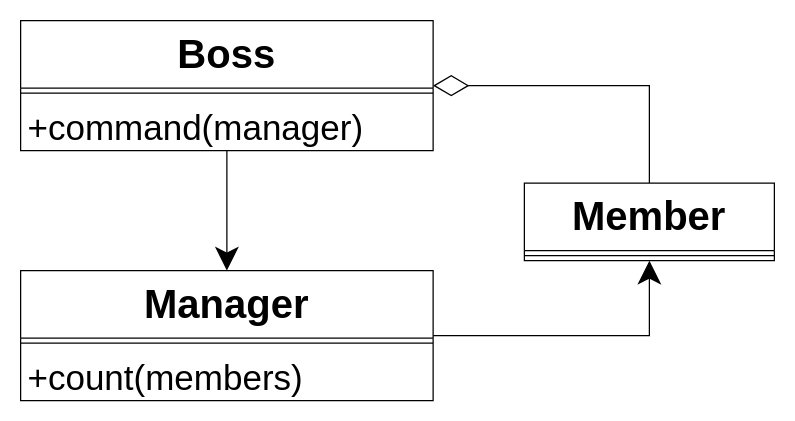
yyc-git/3DProgramPattern keeps this draw.io diagram as packages/再看设计原则/最少知识原则/1-1.drawio. Above is the earlier version. Source tidied: cells renumbered, new cells numbered last; positions are measured from the earlier drawing's top-left corner, leaving out a move shared by most shapes. Both pictures are drawn from the tidied source at 125%, with x=0, y=0 at pixel (20, 20).
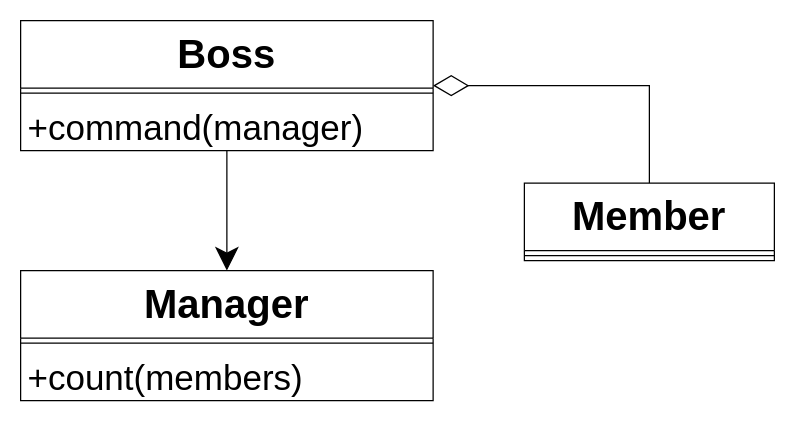
The same diagram, later.

The edit, as a diff of the source:
```diff
@@
 <mxGraphModel>
   <root>
     <mxCell id="0" />
     <mxCell id="1" parent="0" />
     <mxCell id="2" style="edgeStyle=orthogonalEdgeStyle;rounded=0;jettySize=auto;html=1;entryX=0.5;entryY=0;entryDx=0;entryDy=0;startArrow=diamondThin;startFill=0;endSize=26;startSize=26;endArrow=none;endFill=0;" parent="1" edge="1" source="4" target="11">
       <mxGeometry relative="1" as="geometry" />
     </mxCell>
     <mxCell id="3" style="edgeStyle=orthogonalEdgeStyle;rounded=0;jettySize=auto;html=1;endSize=16;startSize=16;" parent="1" edge="1" source="4" target="8">
       <mxGeometry relative="1" as="geometry" />
     </mxCell>
     <mxCell id="4" value="Boss" style="swimlane;fontStyle=1;align=center;verticalAlign=top;horizontal=1;startSize=54;fontSize=32;" parent="1" vertex="1">
       <mxGeometry width="330" height="104" as="geometry" />
     </mxCell>
     <mxCell id="5" style="line;strokeWidth=1;fillColor=none;align=left;verticalAlign=middle;spacingTop=-1;spacingLeft=3;spacingRight=3;labelPosition=right;" parent="4" vertex="1">
       <mxGeometry y="54" width="330" height="8" as="geometry" />
     </mxCell>
     <mxCell id="6" value="+command(manager)&#10;" style="text;strokeColor=none;fillColor=none;align=left;verticalAlign=top;spacingLeft=4;spacingRight=4;overflow=hidden;fontSize=28;" parent="4" vertex="1">
       <mxGeometry y="62" width="330" height="42" as="geometry" />
     </mxCell>
-    <mxCell id="7" style="edgeStyle=orthogonalEdgeStyle;rounded=0;jettySize=auto;html=1;entryX=0.5;entryY=1;entryDx=0;entryDy=0;startArrow=none;startFill=0;endArrow=classic;endFill=1;startSize=16;endSize=16;" parent="1" edge="1" source="8" target="11">
-      <mxGeometry relative="1" as="geometry" />
-    </mxCell>
     <mxCell id="8" value="Manager" style="swimlane;fontStyle=1;align=center;verticalAlign=top;horizontal=1;startSize=54;fontSize=32;" parent="1" vertex="1">
       <mxGeometry y="200" width="330" height="104" as="geometry" />
     </mxCell>
     <mxCell id="9" style="line;strokeWidth=1;fillColor=none;align=left;verticalAlign=middle;spacingTop=-1;spacingLeft=3;spacingRight=3;labelPosition=right;" parent="8" vertex="1">
       <mxGeometry y="54" width="330" height="8" as="geometry" />
     </mxCell>
     <mxCell id="10" value="+count(members)&#10;" style="text;strokeColor=none;fillColor=none;align=left;verticalAlign=top;spacingLeft=4;spacingRight=4;overflow=hidden;fontSize=28;" parent="8" vertex="1">
       <mxGeometry y="62" width="330" height="42" as="geometry" />
     </mxCell>
     <mxCell id="11" value="Member" style="swimlane;fontStyle=1;align=center;verticalAlign=top;horizontal=1;startSize=54;fontSize=32;" parent="1" vertex="1">
       <mxGeometry x="403" y="130" width="200" height="62" as="geometry" />
     </mxCell>
     <mxCell id="12" style="line;strokeWidth=1;fillColor=none;align=left;verticalAlign=middle;spacingTop=-1;spacingLeft=3;spacingRight=3;labelPosition=right;" parent="11" vertex="1">
       <mxGeometry y="54" width="200" height="8" as="geometry" />
     </mxCell>
   </root>
 </mxGraphModel>
```
